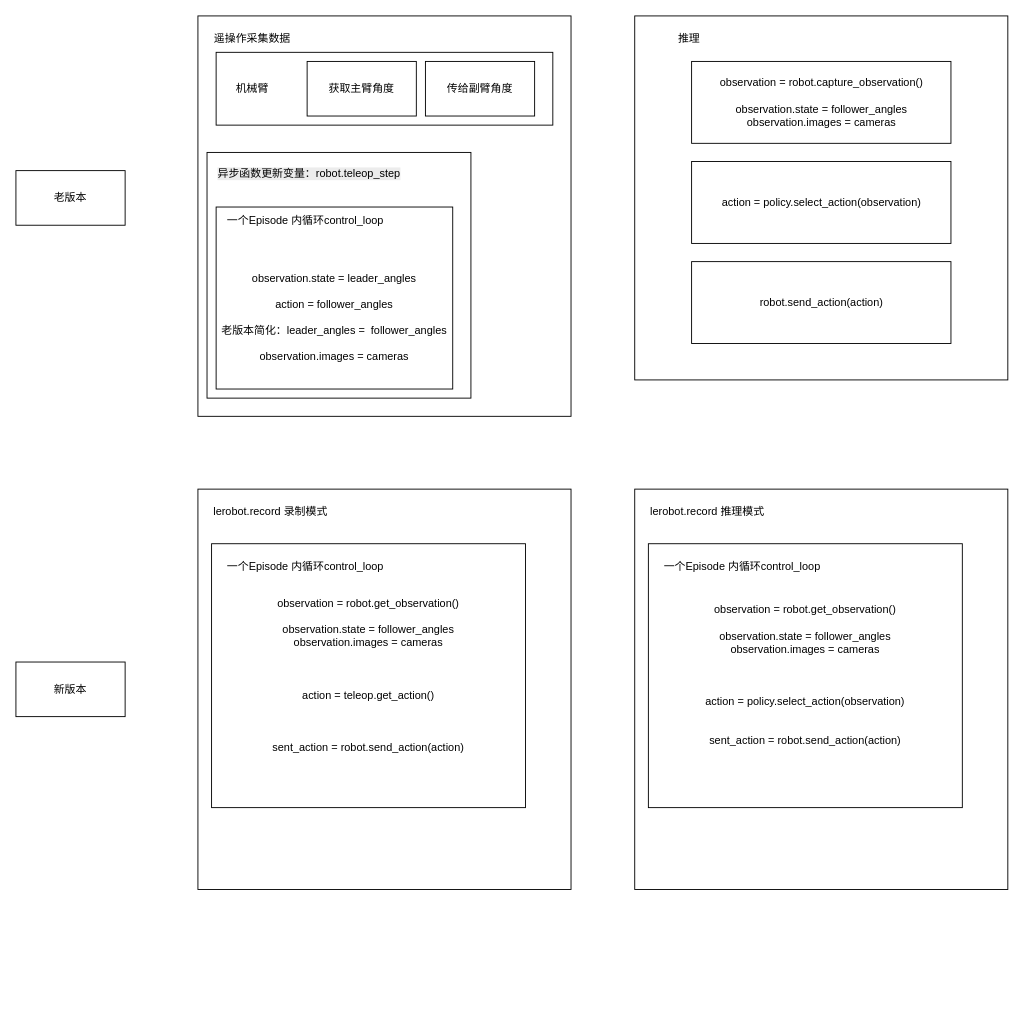
This is page "第 6 页" (6 of 6) of 未命名绘图.drawio from enpeizhao/drawio_disk, a draw.io file, before an edit. Source tidied: cells renumbered, new cells numbered last; positions are measured from the earlier drawing's top-left corner, leaving out a move shared by most shapes. Both pictures are drawn from the tidied source at 91%, with x=0, y=0 at pixel (15, 15).
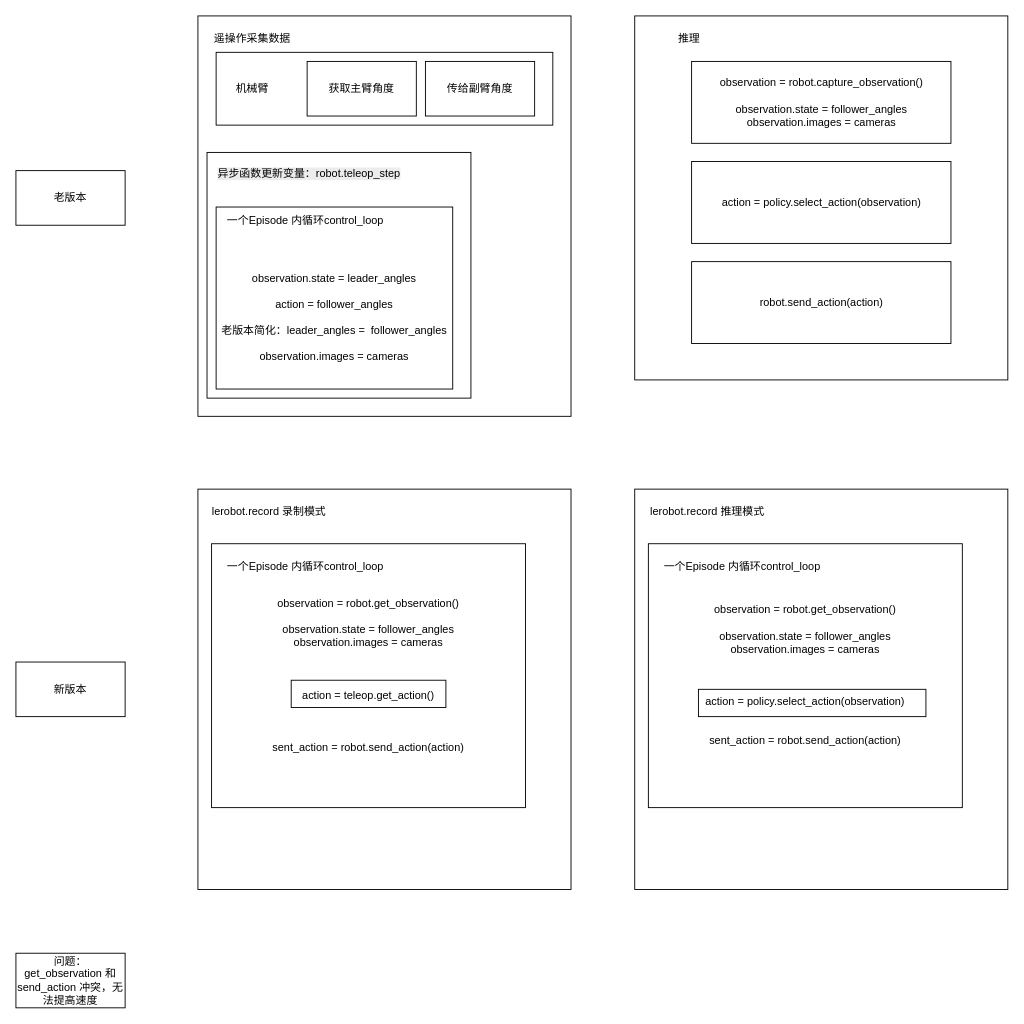
After the change.

Commit message:
更新未命名绘图.drawio

Diff of the diagram source:
```diff
@@
-    <mxCell id="20" value="&lt;div&gt;&lt;div class=&quot;old-record-id-CXvndNbYyosHNgxJPdLcqTLjneh&quot; style=&quot;white-space:pre;&quot;&gt;lerobot.record 录制模式&lt;/div&gt;&lt;/div&gt;&lt;span class=&quot;lark-record-clipboard&quot; data-lark-record-data=&quot;{&amp;quot;rootId&amp;quot;:&amp;quot;LbGAdZ7i4ojsTCxXWZucUYdJnkh&amp;quot;,&amp;quot;text&amp;quot;:{&amp;quot;initialAttributedTexts&amp;quot;:{&amp;quot;text&amp;quot;:{&amp;quot;0&amp;quot;:&amp;quot;lerobot.record&amp;quot;},&amp;quot;attribs&amp;quot;:{&amp;quot;0&amp;quot;:&amp;quot;*0+e&amp;quot;}},&amp;quot;apool&amp;quot;:{&amp;quot;numToAttrib&amp;quot;:{&amp;quot;0&amp;quot;:[&amp;quot;author&amp;quot;,&amp;quot;7126813263567896580&amp;quot;]},&amp;quot;nextNum&amp;quot;:1}},&amp;quot;type&amp;quot;:&amp;quot;text&amp;quot;,&amp;quot;referenceRecordMap&amp;quot;:{},&amp;quot;extra&amp;quot;:{&amp;quot;channel&amp;quot;:&amp;quot;saas&amp;quot;,&amp;quot;isEqualBlockSelection&amp;quot;:false,&amp;quot;pasteRandomId&amp;quot;:&amp;quot;0d28308a-71d6-45f6-bf76-fdd25d782cce&amp;quot;,&amp;quot;mention_page_title&amp;quot;:{},&amp;quot;external_mention_url&amp;quot;:{}},&amp;quot;isKeepQuoteContainer&amp;quot;:false,&amp;quot;isFromCode&amp;quot;:true,&amp;quot;selection&amp;quot;:[{&amp;quot;id&amp;quot;:8,&amp;quot;type&amp;quot;:&amp;quot;text&amp;quot;,&amp;quot;selection&amp;quot;:{&amp;quot;start&amp;quot;:10,&amp;quot;end&amp;quot;:24},&amp;quot;recordId&amp;quot;:&amp;quot;CXvndNbYyosHNgxJPdLcqTLjneh&amp;quot;}],&amp;quot;payloadMap&amp;quot;:{},&amp;quot;isCut&amp;quot;:false}&quot;&gt;&lt;/span&gt;" style="text;html=1;align=center;verticalAlign=middle;whiteSpace=wrap;rounded=0;" parent="1" vertex="1">
+    <mxCell id="20" value="&lt;div&gt;&lt;div class=&quot;old-record-id-CXvndNbYyosHNgxJPdLcqTLjneh&quot; style=&quot;white-space:pre;&quot;&gt;lerobot.record 录制模式 &lt;/div&gt;&lt;/div&gt;&lt;span class=&quot;lark-record-clipboard&quot; data-lark-record-data=&quot;{&amp;quot;rootId&amp;quot;:&amp;quot;LbGAdZ7i4ojsTCxXWZucUYdJnkh&amp;quot;,&amp;quot;text&amp;quot;:{&amp;quot;initialAttributedTexts&amp;quot;:{&amp;quot;text&amp;quot;:{&amp;quot;0&amp;quot;:&amp;quot;lerobot.record&amp;quot;},&amp;quot;attribs&amp;quot;:{&amp;quot;0&amp;quot;:&amp;quot;*0+e&amp;quot;}},&amp;quot;apool&amp;quot;:{&amp;quot;numToAttrib&amp;quot;:{&amp;quot;0&amp;quot;:[&amp;quot;author&amp;quot;,&amp;quot;7126813263567896580&amp;quot;]},&amp;quot;nextNum&amp;quot;:1}},&amp;quot;type&amp;quot;:&amp;quot;text&amp;quot;,&amp;quot;referenceRecordMap&amp;quot;:{},&amp;quot;extra&amp;quot;:{&amp;quot;channel&amp;quot;:&amp;quot;saas&amp;quot;,&amp;quot;isEqualBlockSelection&amp;quot;:false,&amp;quot;pasteRandomId&amp;quot;:&amp;quot;0d28308a-71d6-45f6-bf76-fdd25d782cce&amp;quot;,&amp;quot;mention_page_title&amp;quot;:{},&amp;quot;external_mention_url&amp;quot;:{}},&amp;quot;isKeepQuoteContainer&amp;quot;:false,&amp;quot;isFromCode&amp;quot;:true,&amp;quot;selection&amp;quot;:[{&amp;quot;id&amp;quot;:8,&amp;quot;type&amp;quot;:&amp;quot;text&amp;quot;,&amp;quot;selection&amp;quot;:{&amp;quot;start&amp;quot;:10,&amp;quot;end&amp;quot;:24},&amp;quot;recordId&amp;quot;:&amp;quot;CXvndNbYyosHNgxJPdLcqTLjneh&amp;quot;}],&amp;quot;payloadMap&amp;quot;:{},&amp;quot;isCut&amp;quot;:false}&quot;&gt;&lt;/span&gt;" style="text;html=1;align=center;verticalAlign=middle;whiteSpace=wrap;rounded=0;" parent="1" vertex="1">
       <mxGeometry x="215" y="530" width="130" height="30" as="geometry" />
     </mxCell>
@@
+    <mxCell id="27" style="rounded=0;whiteSpace=wrap;html=1;fillColor=none;" parent="1" vertex="1">
+      <mxGeometry x="302.5" y="730" width="170" height="30" as="geometry" />
+    </mxCell>
+    <mxCell id="28" style="rounded=0;whiteSpace=wrap;html=1;fillColor=none;" parent="1" vertex="1">
+      <mxGeometry x="750" y="740" width="250" height="30" as="geometry" />
+    </mxCell>
+    <mxCell id="29" value="问题：get_observation 和 send_action 冲突，无法提高速度" style="rounded=0;whiteSpace=wrap;html=1;" parent="1" vertex="1">
+      <mxGeometry y="1030" width="120" height="60" as="geometry" />
+    </mxCell>
```
